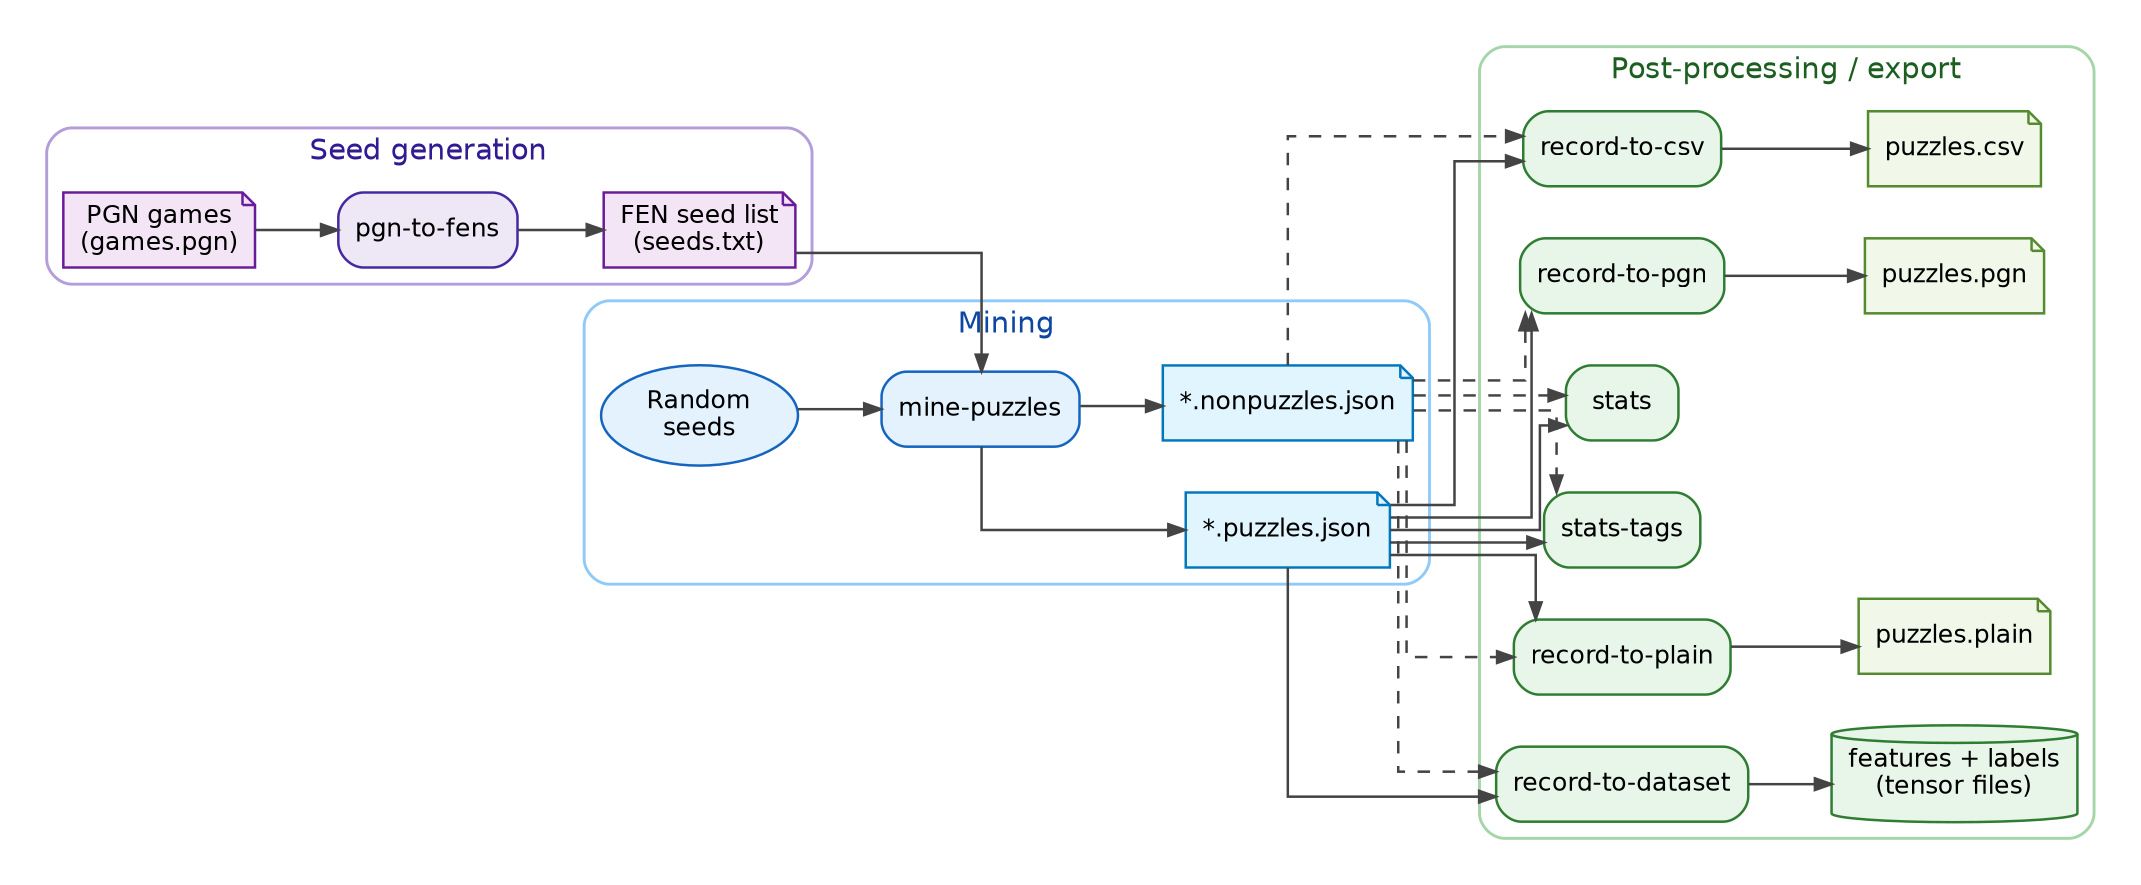
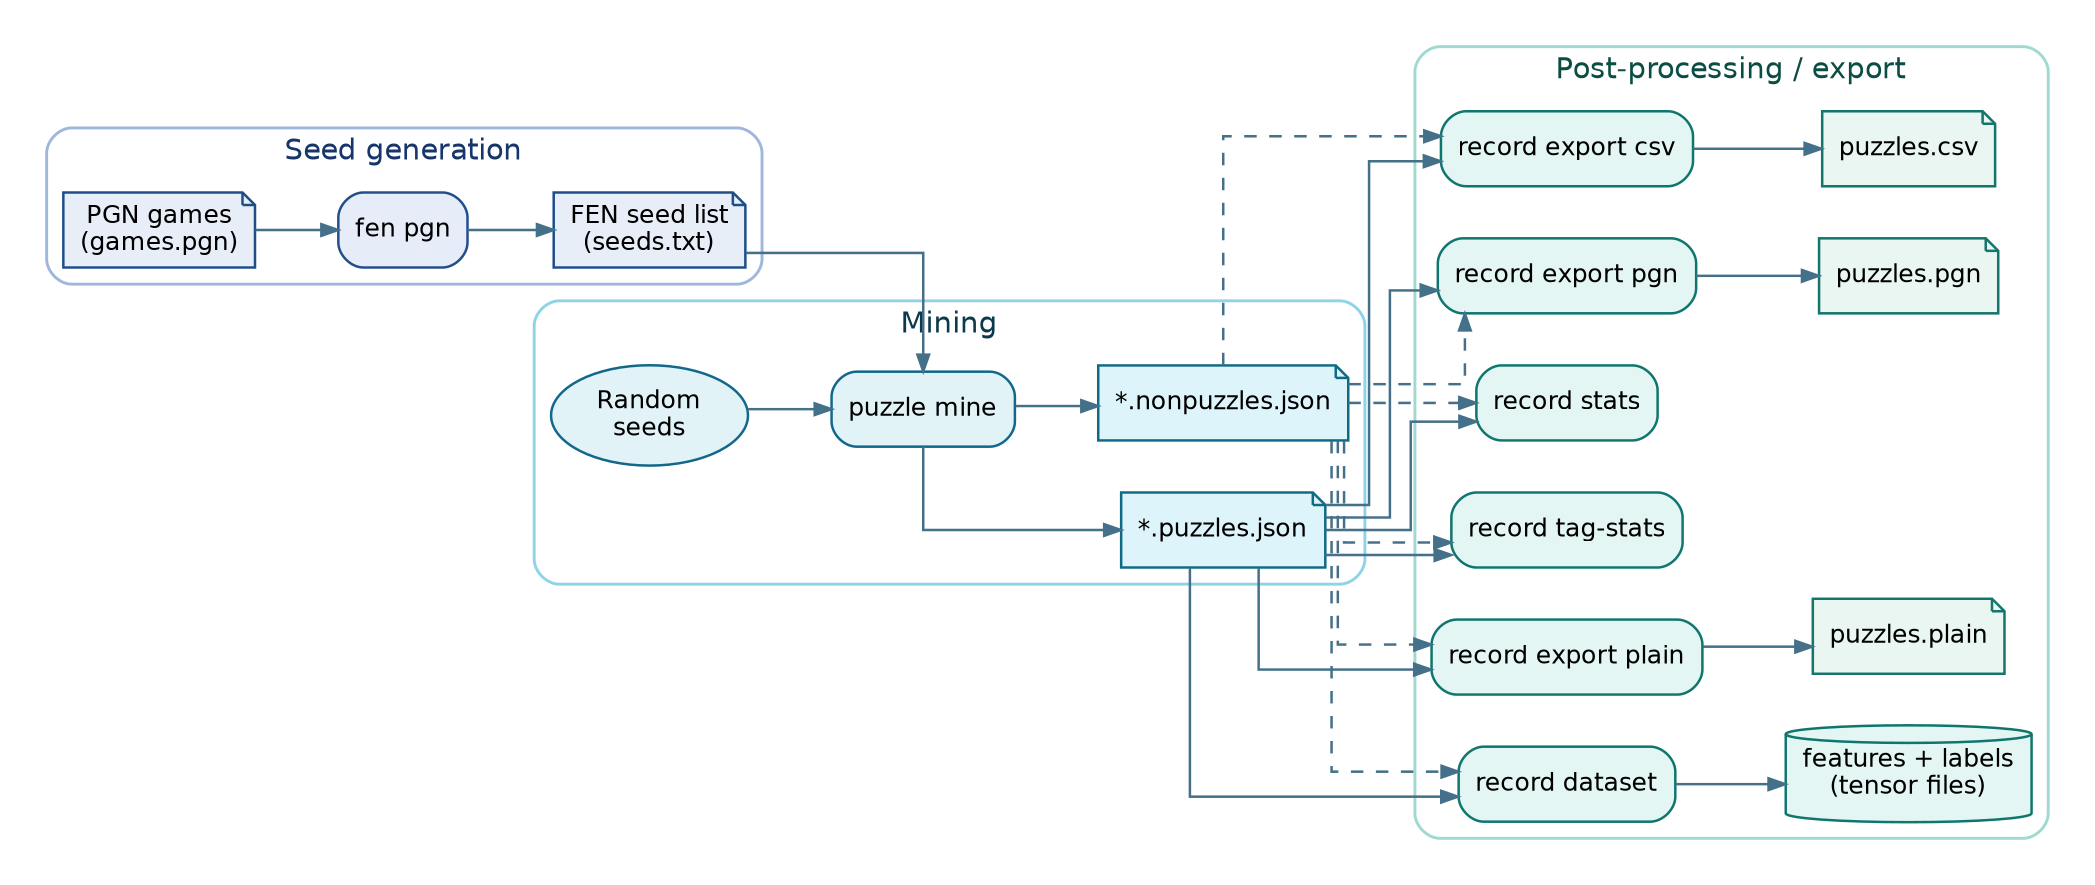
digraph crtk_pipeline_overview {
  rankdir=LR;
-   bgcolor="transparent";
+   bgcolor="#ffffff";
  splines=ortho;
  pad="0.20";
  nodesep="0.35";
  ranksep="0.55";

  graph [fontname="Helvetica", fontsize=14];
  node  [fontname="Helvetica", fontsize=12];
-   edge  [fontname="Helvetica", fontsize=10, color="#444444", arrowsize=0.8, penwidth=1.2];
+   edge  [fontname="Helvetica", fontsize=10, color="#45708a", arrowsize=0.8, penwidth=1.2];

  subgraph cluster_seed {
    label="Seed generation";
    style="rounded";
-     color="#B39DDB";
-     fontcolor="#311B92";
+     color="#9fb6dd";
+     fontcolor="#15356b";
    penwidth=1.4;

-     node [shape=note, style="filled", fillcolor="#F3E5F5", color="#6A1B9A", penwidth=1.2];
+     node [shape=note, style="filled", fillcolor="#e8eef7", color="#1d4e89", penwidth=1.2];
    pgn [label="PGN games\n(games.pgn)"];
    fens [label="FEN seed list\n(seeds.txt)"];

-     node [shape=box, style="rounded,filled", fillcolor="#EDE7F6", color="#4527A0", penwidth=1.2];
-     pgn_to_fens [label="pgn-to-fens"];
+     node [shape=box, style="rounded,filled", fillcolor="#e7edf8", color="#234e8c", penwidth=1.2];
+     pgn_to_fens [label="fen pgn"];
  }

  subgraph cluster_mining {
    label="Mining";
    style="rounded";
-     color="#90CAF9";
-     fontcolor="#0D47A1";
+     color="#8fd3e6";
+     fontcolor="#0c3a4c";
    penwidth=1.4;

-     node [shape=oval, style="filled", fillcolor="#E3F2FD", color="#1565C0", penwidth=1.2];
+     node [shape=oval, style="filled", fillcolor="#e2f3f8", color="#11688a", penwidth=1.2];
    random [label="Random\nseeds"];

-     node [shape=box, style="rounded,filled", fillcolor="#E3F2FD", color="#1565C0", penwidth=1.2];
-     mine [label="mine-puzzles"];
+     node [shape=box, style="rounded,filled", fillcolor="#e2f3f8", color="#11688a", penwidth=1.2];
+     mine [label="puzzle mine"];

-     node [shape=note, style="filled", fillcolor="#E1F5FE", color="#0277BD", penwidth=1.2];
+     node [shape=note, style="filled", fillcolor="#def4fb", color="#0f6a85", penwidth=1.2];
    puzzles [label="*.puzzles.json"];
    nonpuzzles [label="*.nonpuzzles.json"];
  }

  subgraph cluster_post {
    label="Post-processing / export";
    style="rounded";
-     color="#A5D6A7";
-     fontcolor="#1B5E20";
+     color="#9fd9cf";
+     fontcolor="#0b4d44";
    penwidth=1.4;

-     node [shape=box, style="rounded,filled", fillcolor="#E8F5E9", color="#2E7D32", penwidth=1.2];
-     stats [label="stats"];
-     stats_tags [label="stats-tags"];
-     record_to_csv [label="record-to-csv"];
-     record_to_pgn [label="record-to-pgn"];
-     record_to_plain [label="record-to-plain"];
-     record_to_dataset [label="record-to-dataset"];
+     node [shape=box, style="rounded,filled", fillcolor="#e3f6f3", color="#0f766e", penwidth=1.2];
+     stats [label="record stats"];
+     stats_tags [label="record tag-stats"];
+     record_to_csv [label="record export csv"];
+     record_to_pgn [label="record export pgn"];
+     record_to_plain [label="record export plain"];
+     record_to_dataset [label="record dataset"];

-     node [shape=note, style="filled", fillcolor="#F1F8E9", color="#558B2F", penwidth=1.2];
+     node [shape=note, style="filled", fillcolor="#e9f6f1", color="#14756b", penwidth=1.2];
    out_csv [label="puzzles.csv"];
    out_pgn [label="puzzles.pgn"];
    out_plain [label="puzzles.plain"];

-     node [shape=cylinder, style="filled", fillcolor="#E8F5E9", color="#2E7D32", penwidth=1.2];
+     node [shape=cylinder, style="filled", fillcolor="#e3f6f3", color="#0f766e", penwidth=1.2];
    tensors [label="features + labels\n(tensor files)"];
  }

  // Seed generation
  pgn -> pgn_to_fens;
  pgn_to_fens -> fens;

  // Mining
  fens -> mine;
  random -> mine;
  mine -> puzzles;
  mine -> nonpuzzles;

  // Post-processing (puzzles + nonpuzzles)
  puzzles -> stats;
  nonpuzzles -> stats [style=dashed];

  puzzles -> stats_tags;
  nonpuzzles -> stats_tags [style=dashed];

  puzzles -> record_to_csv;
  puzzles -> record_to_pgn;
  puzzles -> record_to_plain;
  puzzles -> record_to_dataset;

  nonpuzzles -> record_to_csv [style=dashed];
  nonpuzzles -> record_to_pgn [style=dashed];
  nonpuzzles -> record_to_plain [style=dashed];
  nonpuzzles -> record_to_dataset [style=dashed];

  record_to_csv -> out_csv;
  record_to_pgn -> out_pgn;
  record_to_plain -> out_plain;

  record_to_dataset -> tensors;

}
